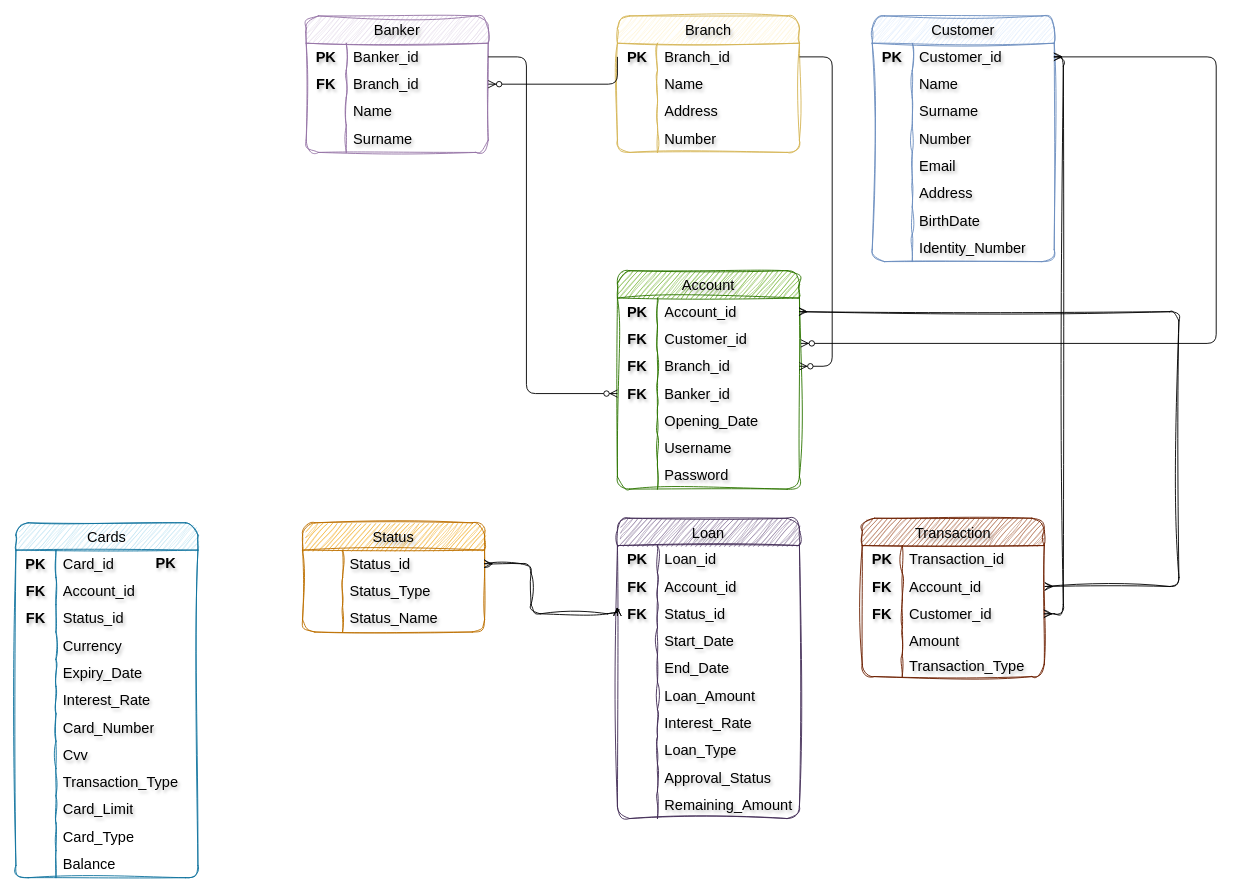
Above: Pair1_BankaER.drawio in bnsuoztrk/Deneme (draw.io), before the change. Source tidied: cells renumbered, new cells numbered last; positions are measured from the earlier drawing's top-left corner, leaving out a move shared by most shapes. Both pictures are drawn from the tidied source at 91%, with x=0, y=0 at pixel (15, 15).
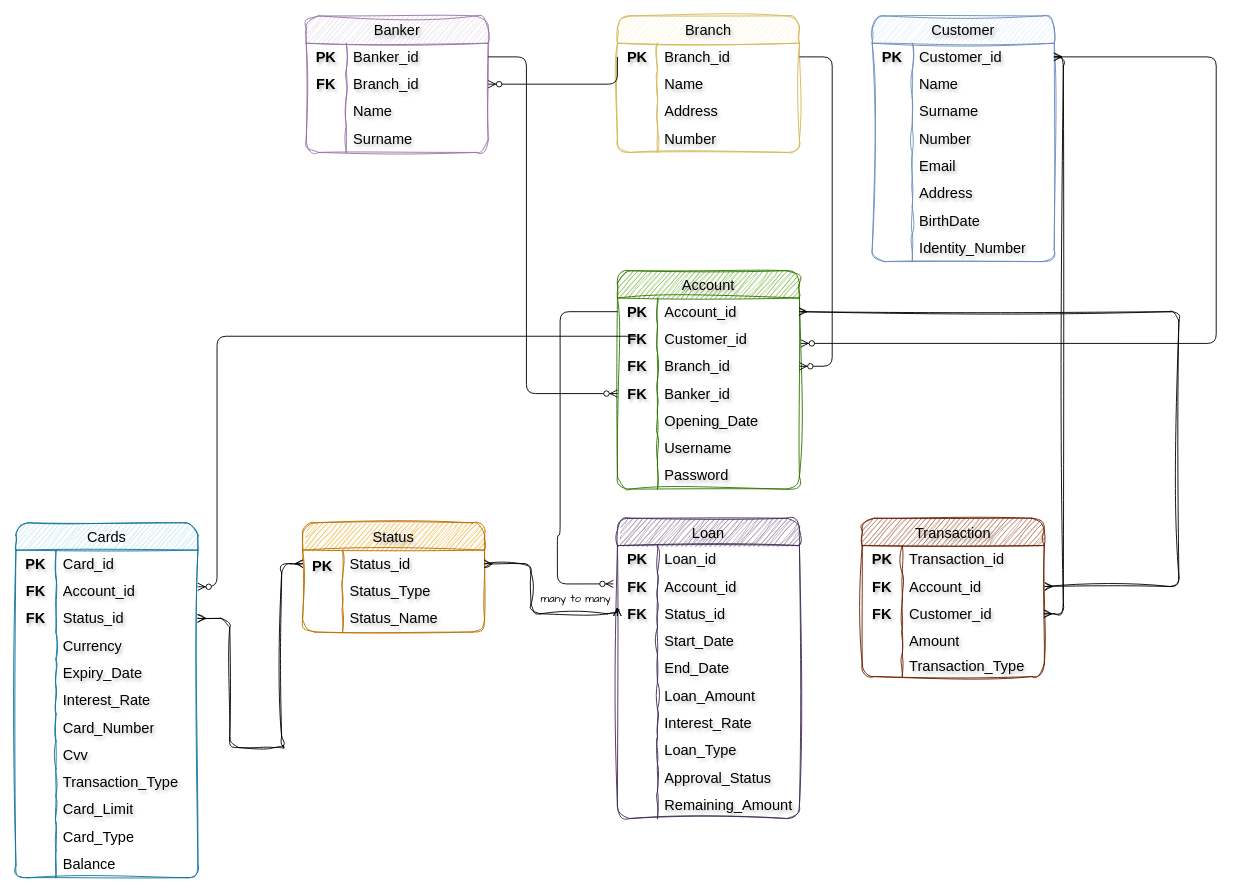
The same diagram, later.

Unchanged cells that the change refers to:
```xml
<mxCell id="3" style="shape=tableRow;horizontal=0;startSize=0;swimlaneHead=0;swimlaneBody=0;top=0;left=0;bottom=0;right=0;fillColor=none;points=[[0,0.5],[1,0.5]];portConstraint=eastwest;strokeColor=inherit;fontSize=16;sketch=1;curveFitting=1;jiggle=2;rounded=1;fontColor=#000000;labelBorderColor=none;labelBackgroundColor=none;textShadow=1;" parent="2" vertex="1">
  <mxGeometry y="30" width="200" height="30" as="geometry" />
</mxCell>
<mxCell id="126" style="shape=tableRow;horizontal=0;startSize=0;swimlaneHead=0;swimlaneBody=0;top=0;left=0;bottom=0;right=0;fillColor=none;points=[[0,0.5],[1,0.5]];portConstraint=eastwest;strokeColor=inherit;fontSize=16;sketch=1;curveFitting=1;jiggle=2;rounded=1;fontColor=#000000;labelBorderColor=none;labelBackgroundColor=none;textShadow=1;" parent="122" vertex="1">
  <mxGeometry y="60" width="200" height="30" as="geometry" />
</mxCell>
<mxCell id="129" style="shape=tableRow;horizontal=0;startSize=0;swimlaneHead=0;swimlaneBody=0;top=0;left=0;bottom=0;right=0;fillColor=none;points=[[0,0.5],[1,0.5]];portConstraint=eastwest;strokeColor=inherit;fontSize=16;sketch=1;curveFitting=1;jiggle=2;rounded=1;fontColor=#000000;labelBorderColor=none;labelBackgroundColor=none;textShadow=1;" parent="122" vertex="1">
  <mxGeometry y="90" width="200" height="30" as="geometry" />
</mxCell>
<mxCell id="160" style="shape=tableRow;horizontal=0;startSize=0;swimlaneHead=0;swimlaneBody=0;top=0;left=0;bottom=0;right=0;fillColor=none;points=[[0,0.5],[1,0.5]];portConstraint=eastwest;strokeColor=inherit;fontSize=16;sketch=1;curveFitting=1;jiggle=2;rounded=1;fontColor=#000000;labelBorderColor=none;labelBackgroundColor=none;textShadow=1;" parent="159" vertex="1">
  <mxGeometry y="30" width="200" height="30" as="geometry" />
</mxCell>
```

The edit, as a diff of the source:
```diff
@@
     <mxCell id="169" value="PK" style="shape=partialRectangle;html=1;whiteSpace=wrap;fillColor=none;top=0;left=0;bottom=0;right=0;overflow=hidden;strokeColor=inherit;fontSize=16;fontStyle=1;sketch=1;curveFitting=1;jiggle=2;rounded=1;fontColor=#000000;labelBorderColor=none;labelBackgroundColor=none;textShadow=1;" parent="1" vertex="1">
-      <mxGeometry x="143" y="586" width="44" height="30" as="geometry" />
+      <mxGeometry x="315" y="590" width="44" height="30" as="geometry" />
     </mxCell>
@@
+    <mxCell id="178" value="many to many" style="text;strokeColor=none;fillColor=none;spacingLeft=4;spacingRight=4;overflow=hidden;points=[[0,0.5],[1,0.5]];portConstraint=eastwest;fontSize=12;whiteSpace=wrap;html=1;fontFamily=Architects Daughter;" parent="1" vertex="1">
+      <mxGeometry x="571" y="627" width="97" height="30" as="geometry" />
+    </mxCell>
+    <mxCell id="179" style="edgeStyle=orthogonalEdgeStyle;fontSize=12;html=1;endArrow=ERmany;startArrow=ERmany;rounded=1;sketch=1;hachureGap=4;jiggle=2;curveFitting=1;fontFamily=Architects Daughter;entryX=1;entryY=0.5;entryDx=0;entryDy=0;exitX=0;exitY=0.5;exitDx=0;exitDy=0;" parent="1" edge="1" source="160" target="129">
+      <mxGeometry relative="1" as="geometry">
+        <Array as="points">
+          <mxPoint x="292" y="602" />
+          <mxPoint x="292" y="802" />
+          <mxPoint x="294" y="802" />
+          <mxPoint x="294" y="804" />
+          <mxPoint x="235" y="804" />
+          <mxPoint x="235" y="662" />
+        </Array>
+      </mxGeometry>
+    </mxCell>
+    <mxCell id="180" style="edgeStyle=orthogonalEdgeStyle;fontSize=12;html=1;endArrow=ERzeroToMany;endFill=1;rounded=1;hachureGap=4;fontFamily=Architects Daughter;exitX=0;exitY=0.5;exitDx=0;exitDy=0;entryX=0.999;entryY=0.343;entryDx=0;entryDy=0;entryPerimeter=0;" parent="1" edge="1" target="126">
+      <mxGeometry relative="1" as="geometry">
+        <mxPoint x="682" y="352" as="sourcePoint" />
+        <Array as="points">
+          <mxPoint x="221" y="352" />
+          <mxPoint x="221" y="627" />
+        </Array>
+      </mxGeometry>
+    </mxCell>
+    <mxCell id="181" style="edgeStyle=orthogonalEdgeStyle;fontSize=12;html=1;endArrow=ERzeroToMany;endFill=1;rounded=1;hachureGap=4;fontFamily=Architects Daughter;exitX=0;exitY=0.5;exitDx=0;exitDy=0;entryX=0.882;entryY=-0.095;entryDx=0;entryDy=0;entryPerimeter=0;" parent="1" edge="1" source="3" target="178">
+      <mxGeometry relative="1" as="geometry">
+        <Array as="points">
+          <mxPoint x="598" y="325" />
+          <mxPoint x="598" y="571" />
+          <mxPoint x="595" y="571" />
+          <mxPoint x="595" y="624" />
+        </Array>
+      </mxGeometry>
+    </mxCell>
```
